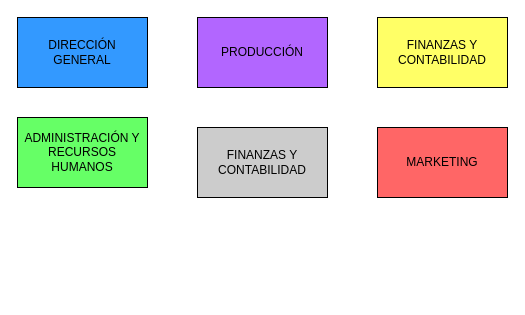
Before: Untitled Diagram.drawio in DeividMedina30/CNYT-FINAL, a draw.io diagram. Source tidied: cells renumbered, new cells numbered last; positions are measured from the earlier drawing's top-left corner, leaving out a move shared by most shapes. Both pictures are drawn from the tidied source at 100%, with x=0, y=0 at pixel (17, 17).
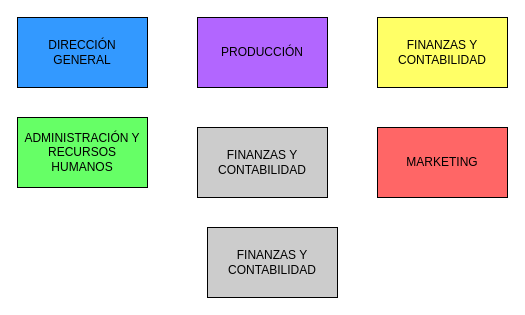
After the change.

What changed in the source:
```diff
@@
 <mxGraphModel>
   <root>
     <mxCell id="0" />
     <mxCell id="1" parent="0" />
     <mxCell id="2" value="DIRECCIÓN GENERAL" style="rounded=0;whiteSpace=wrap;html=1;fillColor=#3399FF;" parent="1" vertex="1">
       <mxGeometry width="130" height="70" as="geometry" />
     </mxCell>
     <mxCell id="3" value="ADMINISTRACIÓN Y RECURSOS HUMANOS" style="rounded=0;whiteSpace=wrap;html=1;fillColor=#66FF66;" parent="1" vertex="1">
       <mxGeometry y="100" width="130" height="70" as="geometry" />
     </mxCell>
     <mxCell id="4" value="PRODUCCIÓN" style="rounded=0;whiteSpace=wrap;html=1;fillColor=#B266FF;" parent="1" vertex="1">
       <mxGeometry x="180" width="130" height="70" as="geometry" />
     </mxCell>
     <mxCell id="5" value="FINANZAS Y CONTABILIDAD" style="rounded=0;whiteSpace=wrap;html=1;fillColor=#CCCCCC;" parent="1" vertex="1">
       <mxGeometry x="180" y="110" width="130" height="70" as="geometry" />
     </mxCell>
     <mxCell id="6" value="FINANZAS Y CONTABILIDAD" style="rounded=0;whiteSpace=wrap;html=1;fillColor=#FFFF66;" parent="1" vertex="1">
       <mxGeometry x="360" width="130" height="70" as="geometry" />
     </mxCell>
     <mxCell id="7" value="MARKETING" style="rounded=0;whiteSpace=wrap;html=1;fillColor=#FF6666;" parent="1" vertex="1">
       <mxGeometry x="360" y="110" width="130" height="70" as="geometry" />
     </mxCell>
+    <mxCell id="8" value="FINANZAS Y CONTABILIDAD" style="rounded=0;whiteSpace=wrap;html=1;fillColor=#CCCCCC;" parent="1" vertex="1">
+      <mxGeometry x="190" y="210" width="130" height="70" as="geometry" />
+    </mxCell>
   </root>
 </mxGraphModel>
```
